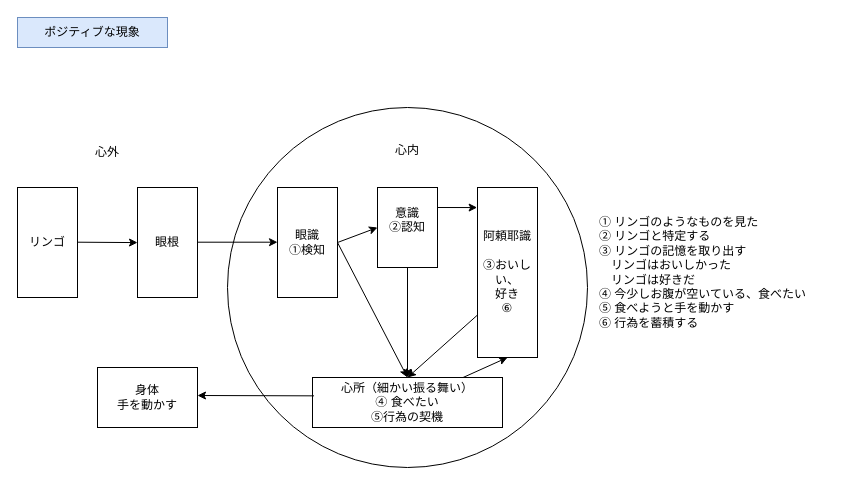
Above: yuishiki_posi.drawio in YossyIto/booklog_drowio (draw.io), before the change. Source tidied: cells renumbered, new cells numbered last; positions are measured from the earlier drawing's top-left corner, leaving out a move shared by most shapes. Both pictures are drawn from the tidied source at 100%, with x=0, y=0 at pixel (17, 17).
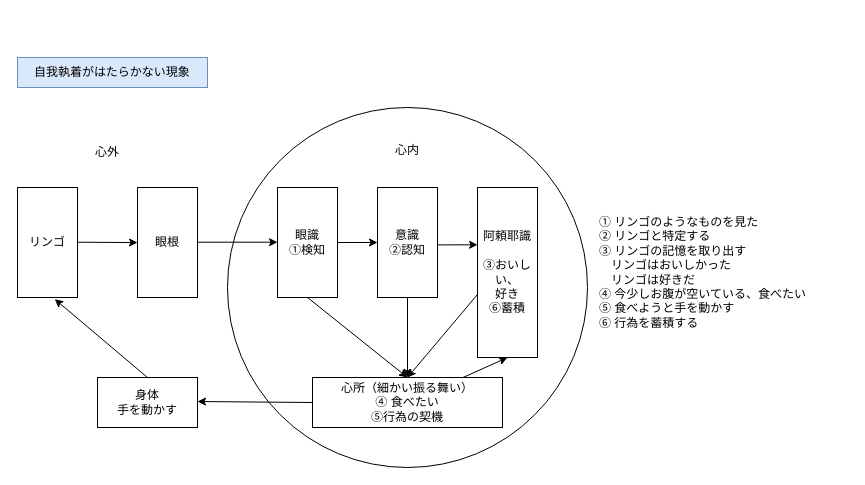
The same page after the edit.

Commit message:
yuishiki_posi.drawio を更新します

Unchanged cells that the change refers to:
```xml
<mxCell id="6" value="眼識&lt;div&gt;①検知&lt;/div&gt;" style="rounded=0;whiteSpace=wrap;html=1;" parent="1" vertex="1">
  <mxGeometry x="260" y="170" width="60" height="110" as="geometry" />
</mxCell>
<mxCell id="7" value="リンゴ" style="rounded=0;whiteSpace=wrap;html=1;" parent="1" vertex="1">
  <mxGeometry y="170" width="60" height="110" as="geometry" />
</mxCell>
<mxCell id="13" value="心所（細かい振る舞い）&lt;div&gt;④ 食べたい&lt;/div&gt;&lt;div&gt;⑤行為の契機&lt;/div&gt;" style="rounded=0;whiteSpace=wrap;html=1;" parent="1" vertex="1">
  <mxGeometry x="295" y="360" width="190" height="50" as="geometry" />
</mxCell>
```

Diff of the diagram source:
```diff
@@
-    <mxCell id="2" value="ポジティブな現象" style="text;html=1;align=center;verticalAlign=middle;whiteSpace=wrap;rounded=0;fillColor=#dae8fc;strokeColor=#6c8ebf;" parent="1" vertex="1">
-      <mxGeometry width="150" height="30" as="geometry" />
+    <mxCell id="2" value="自我執着がはたらかない現象" style="text;html=1;align=center;verticalAlign=middle;whiteSpace=wrap;rounded=0;fillColor=#dae8fc;strokeColor=#6c8ebf;" parent="1" vertex="1">
+      <mxGeometry y="40" width="190" height="30" as="geometry" />
     </mxCell>
@@
-    <mxCell id="4" value="阿頼耶識&lt;div&gt;&lt;br&gt;&lt;div&gt;③おいしい、&lt;/div&gt;&lt;/div&gt;&lt;div&gt;好き&lt;/div&gt;&lt;div&gt;⑥&lt;/div&gt;" style="rounded=0;whiteSpace=wrap;html=1;" parent="1" vertex="1">
+    <mxCell id="4" value="阿頼耶識&lt;div&gt;&lt;br&gt;&lt;div&gt;③おいしい、&lt;/div&gt;&lt;/div&gt;&lt;div&gt;好き&lt;/div&gt;&lt;div&gt;⑥蓄積&lt;/div&gt;" style="rounded=0;whiteSpace=wrap;html=1;" parent="1" vertex="1">
       <mxGeometry x="460" y="170" width="60" height="170" as="geometry" />
     </mxCell>
@@
-    <mxCell id="11" style="endArrow=classic;html=1;rounded=0;entryX=-0.006;entryY=0.118;entryDx=0;entryDy=0;exitX=1;exitY=0.25;exitDx=0;exitDy=0;entryPerimeter=0;" parent="1" edge="1" source="12" target="4">
-      <mxGeometry relative="1" as="geometry" />
+    <mxCell id="11" style="endArrow=classic;html=1;rounded=0;entryX=0.001;entryY=0.337;entryDx=0;entryDy=0;exitX=1;exitY=0.25;exitDx=0;exitDy=0;entryPerimeter=0;" parent="1" edge="1" target="4">
+      <mxGeometry relative="1" as="geometry">
+        <mxPoint x="420.4" y="227.4" as="sourcePoint" />
+      </mxGeometry>
     </mxCell>
-    <mxCell id="12" value="意識&lt;div&gt;➁認知&lt;/div&gt;&lt;div&gt;&lt;br&gt;&lt;/div&gt;" style="rounded=0;whiteSpace=wrap;html=1;" parent="1" vertex="1">
-      <mxGeometry x="360" y="170" width="60" height="80" as="geometry" />
+    <mxCell id="12" value="意識&lt;div&gt;➁認知&lt;/div&gt;" style="rounded=0;whiteSpace=wrap;html=1;" parent="1" vertex="1">
+      <mxGeometry x="360" y="170" width="60" height="110" as="geometry" />
     </mxCell>
@@
-    <mxCell id="14" style="endArrow=classic;html=1;rounded=0;entryX=0.5;entryY=0;entryDx=0;entryDy=0;exitX=1;exitY=0.5;exitDx=0;exitDy=0;" parent="1" edge="1" source="6" target="13">
+    <mxCell id="14" style="endArrow=classic;html=1;rounded=0;entryX=0.5;entryY=0;entryDx=0;entryDy=0;exitX=0.5;exitY=1;exitDx=0;exitDy=0;" parent="1" edge="1" source="6" target="13">
       <mxGeometry relative="1" as="geometry" />
     </mxCell>
@@
-    <mxCell id="16" style="endArrow=classic;html=1;rounded=0;exitX=0;exitY=0.75;exitDx=0;exitDy=0;entryX=0.5;entryY=0;entryDx=0;entryDy=0;" parent="1" edge="1" source="4" target="13">
+    <mxCell id="16" style="endArrow=classic;html=1;rounded=0;exitX=-0.002;exitY=0.63;exitDx=0;exitDy=0;entryX=0.5;entryY=0;entryDx=0;entryDy=0;exitPerimeter=0;" parent="1" edge="1" source="4" target="13">
       <mxGeometry relative="1" as="geometry" />
     </mxCell>
@@
-    <mxCell id="19" style="endArrow=classic;html=1;rounded=0;exitX=0.008;exitY=0.367;exitDx=0;exitDy=0;exitPerimeter=0;" parent="1" edge="1" source="13">
+    <mxCell id="19" style="endArrow=classic;html=1;rounded=0;exitX=0;exitY=0.5;exitDx=0;exitDy=0;" parent="1" edge="1" source="13">
       <mxGeometry relative="1" as="geometry">
-        <mxPoint x="180" y="378" as="targetPoint" />
+        <mxPoint x="180" y="384" as="targetPoint" />
       </mxGeometry>
     </mxCell>
     <mxCell id="20" value="身体&lt;div&gt;手を動かす&lt;/div&gt;" style="rounded=0;whiteSpace=wrap;html=1;" parent="1" vertex="1">
-      <mxGeometry x="80" y="350" width="100" height="60" as="geometry" />
+      <mxGeometry x="80" y="360" width="100" height="50" as="geometry" />
     </mxCell>
@@
+    <mxCell id="22" style="endArrow=classic;html=1;rounded=0;entryX=0.621;entryY=1.015;entryDx=0;entryDy=0;entryPerimeter=0;exitX=0.5;exitY=0;exitDx=0;exitDy=0;" parent="1" edge="1" source="20" target="7">
+      <mxGeometry relative="1" as="geometry" />
+    </mxCell>
```
